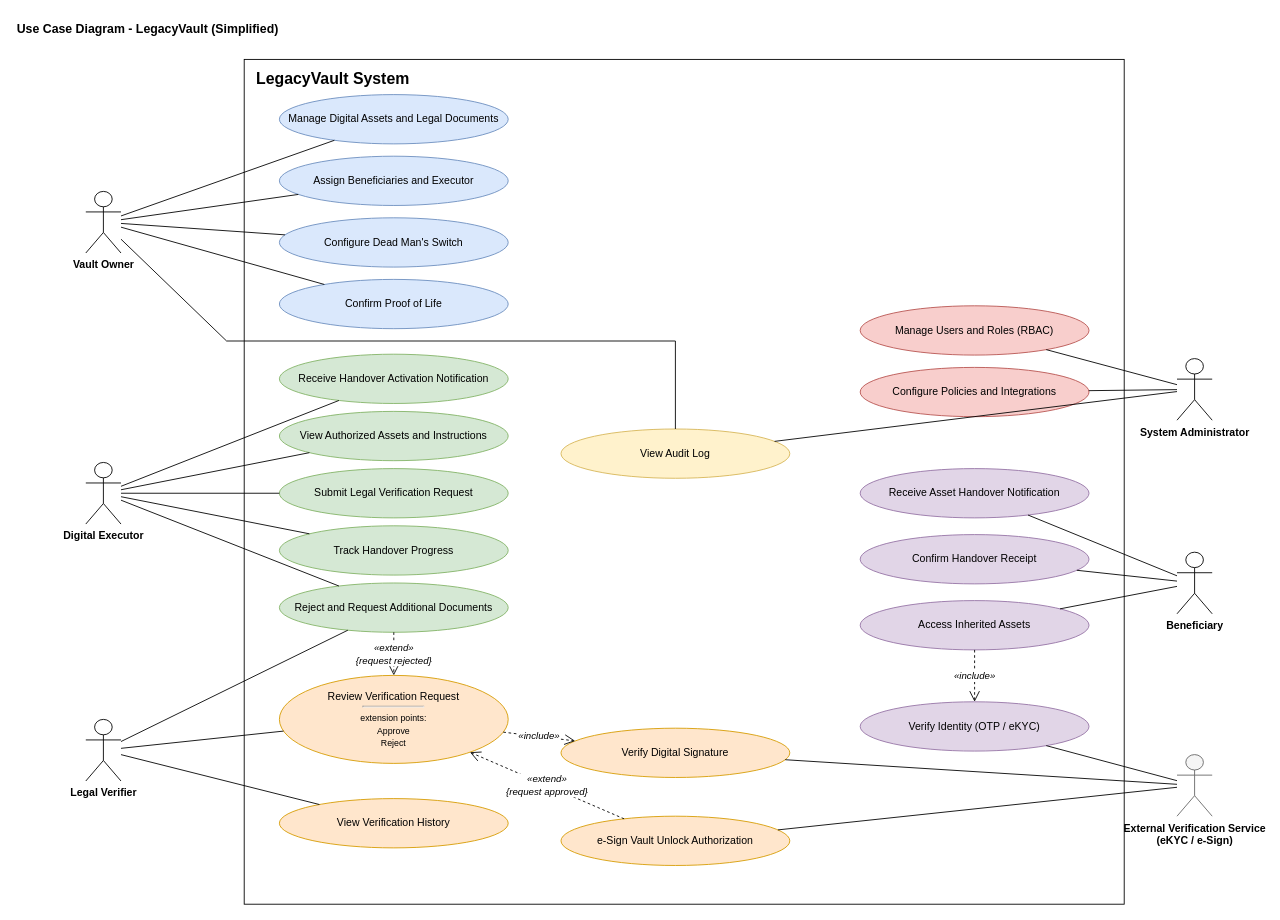
This is Usecase_diagram_final.drawio from QuochuyChung/Final-Report-SWD, a draw.io file, before an edit. Source tidied: cells renumbered, new cells numbered last; positions are measured from the earlier drawing's top-left corner, leaving out a move shared by most shapes. Both pictures are drawn from the tidied source at 88%, with x=0, y=0 at pixel (15, 15).
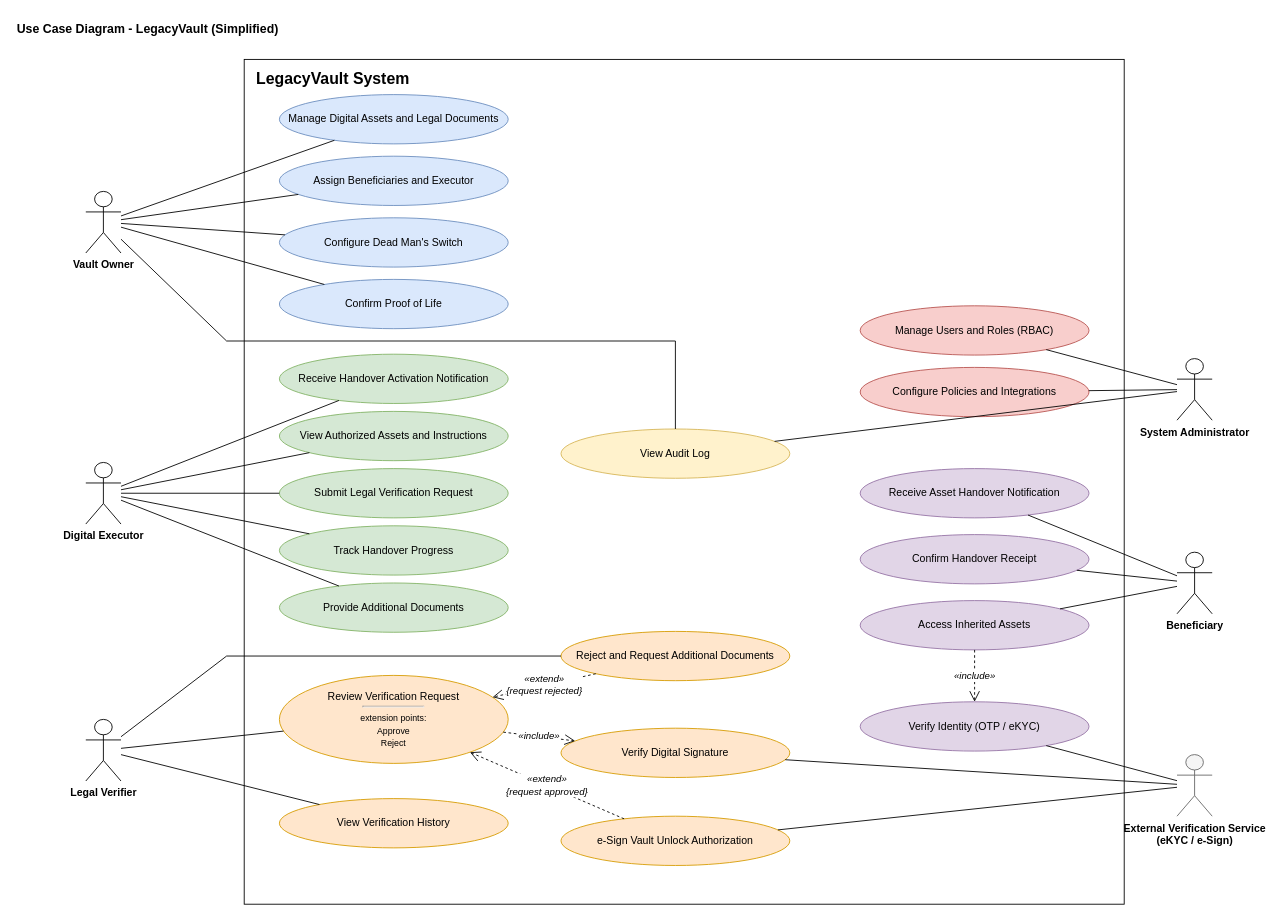
After the change.

Commit message:
refactor: update use case diagram to separate document provision and rejection extension flows

Unchanged cells that the change refers to:
```xml
<mxCell id="14" value="Review Verification Request&lt;hr style='margin:4px 40px;'&gt;&lt;span style='font-size:10px;'&gt;extension points:&lt;br&gt;Approve&lt;br&gt;Reject&lt;/span&gt;" style="ellipse;whiteSpace=wrap;html=1;fontSize=12;fillColor=#ffe6cc;strokeColor=#d79b00;" parent="1" vertex="1">
  <mxGeometry x="300" y="750" width="260" height="100" as="geometry" />
</mxCell>
<mxCell id="26" value="Legal Verifier" style="shape=umlActor;verticalLabelPosition=bottom;verticalAlign=top;html=1;outlineConnect=0;fontStyle=1;fontSize=12;" parent="1" vertex="1">
  <mxGeometry x="80" y="800" width="40" height="70" as="geometry" />
</mxCell>
```

The edit, as a diff of the source:
```diff
@@
-    <mxCell id="13" value="Reject and Request Additional Documents" style="ellipse;whiteSpace=wrap;html=1;fontSize=12;fillColor=#d5e8d4;strokeColor=#82b366;" parent="1" vertex="1">
+    <mxCell id="13" value="Provide Additional Documents" style="ellipse;whiteSpace=wrap;html=1;fontSize=12;fillColor=#d5e8d4;strokeColor=#82b366;" parent="1" vertex="1">
       <mxGeometry x="300" y="645" width="260" height="56" as="geometry" />
     </mxCell>
+    <mxCell id="56" value="Reject and Request Additional Documents" style="ellipse;whiteSpace=wrap;html=1;fontSize=12;fillColor=#ffe6cc;strokeColor=#d79b00;" parent="1" vertex="1">
+      <mxGeometry x="620" y="700" width="260" height="56" as="geometry" />
+    </mxCell>
@@
-    <mxCell id="41" style="endArrow=none;html=1;" parent="1" edge="1" source="26" target="13">
-      <mxGeometry relative="1" as="geometry" />
-    </mxCell>
+    <mxCell id="57" style="endArrow=none;html=1;rounded=0;" parent="1" edge="1" source="26" target="56">
+      <mxGeometry relative="1" as="geometry">
+        <Array as="points">
+          <mxPoint x="240" y="728" />
+        </Array>
+      </mxGeometry>
+    </mxCell>
@@
-    <mxCell id="55" value="«extend»&lt;br&gt;{request rejected}" style="endArrow=open;endSize=10;dashed=1;html=1;fontSize=11;fontStyle=2;labelBackgroundColor=default;" parent="1" edge="1" source="13" target="14">
+    <mxCell id="55" value="«extend»&lt;br&gt;{request rejected}" style="endArrow=open;endSize=10;dashed=1;html=1;fontSize=11;fontStyle=2;labelBackgroundColor=default;" parent="1" edge="1" source="56" target="14">
       <mxGeometry relative="1" as="geometry" />
     </mxCell>
```
